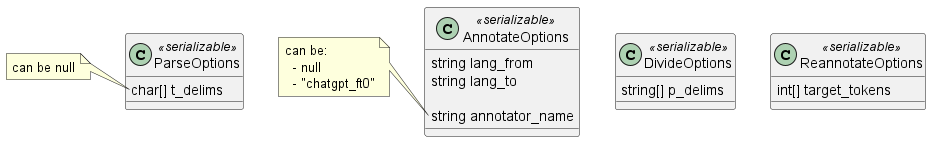
This is docs/design/images/class_req_options.png from parkchamchi/GlossySnake, a PlantUML export, as it was before one commit.
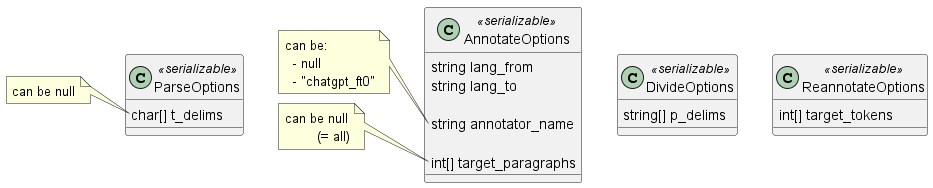
After the change.

Diff of the diagram source:
```diff
@@ -16,12 +16,19 @@
 	string lang_to
 
 	string annotator_name
+
+	int[] target_paragraphs
 }
 note left of AnnotateOptions::annotator_name
 	can be:
 	  - null
 	  - "chatgpt_ft0"
 end note
+note left of AnnotateOptions::target_paragraphs
+	can be null
+		(= all)
+end note
+
 
 class ReannotateOptions <<serializable>> {
 	int[] target_tokens
```
